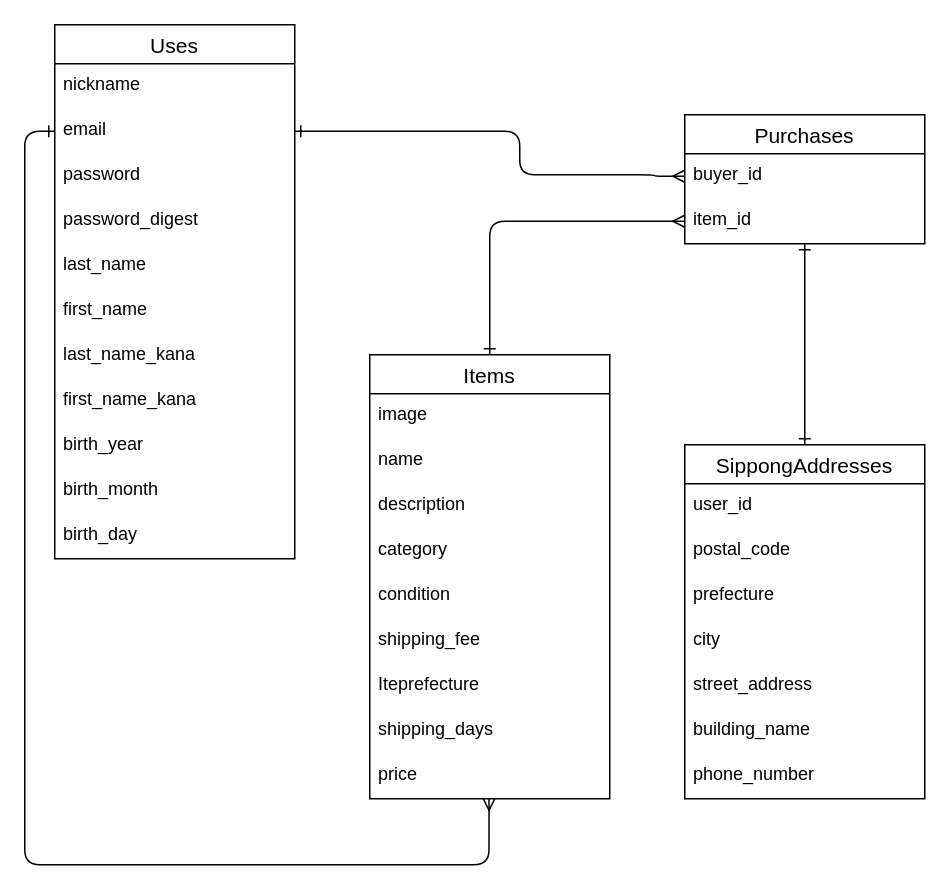
Above: test.dio in n0vska/furima-39444 (draw.io), before the change. Source tidied: cells renumbered, new cells numbered last; positions are measured from the earlier drawing's top-left corner, leaving out a move shared by most shapes. Both pictures are drawn from the tidied source at 150%, with x=0, y=0 at pixel (24, 24).
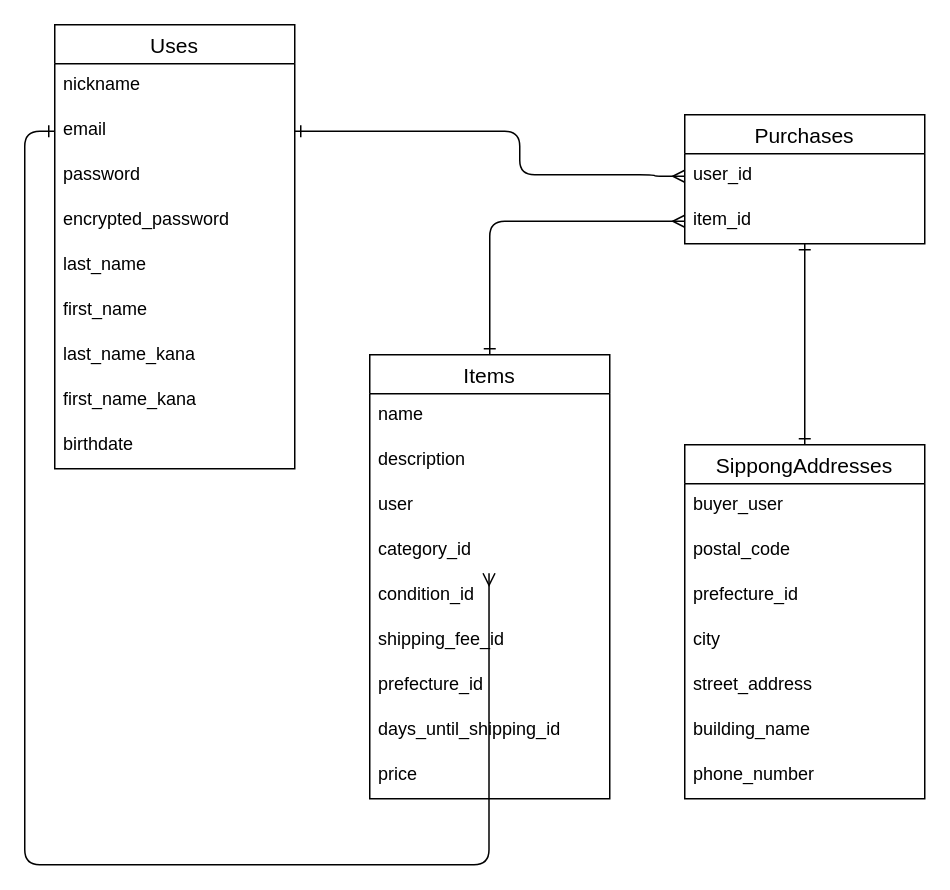
After the change.

Unchanged cells that the change refers to:
```xml
<mxCell id="14" value="Purchases" style="swimlane;fontStyle=0;horizontal=1;startSize=26;align=center;fontSize=14;" parent="1" vertex="1">
  <mxGeometry x="440" y="60" width="160" height="86" as="geometry" />
</mxCell>
<mxCell id="17" value="Items" style="swimlane;fontStyle=0;horizontal=1;startSize=26;align=center;fontSize=14;" parent="1" vertex="1">
  <mxGeometry x="230" y="220" width="160" height="296" as="geometry" />
</mxCell>
<mxCell id="27" value="SippongAddresses" style="swimlane;fontStyle=0;horizontal=1;startSize=26;align=center;fontSize=14;" parent="1" vertex="1">
  <mxGeometry x="440" y="280" width="160" height="236" as="geometry" />
</mxCell>
```

What changed in the source:
```diff
@@
     <mxCell id="2" value="Uses" style="swimlane;fontStyle=0;horizontal=1;startSize=26;align=center;fontSize=14;" parent="1" vertex="1">
-      <mxGeometry x="20" width="160" height="356" as="geometry" />
+      <mxGeometry x="20" width="160" height="296" as="geometry" />
     </mxCell>
@@
-    <mxCell id="6" value="password_digest" style="text;strokeColor=none;fillColor=none;spacingLeft=4;spacingRight=4;overflow=hidden;fontSize=12;" parent="2" vertex="1">
+    <mxCell id="6" value="encrypted_password" style="text;strokeColor=none;fillColor=none;spacingLeft=4;spacingRight=4;overflow=hidden;fontSize=12;" parent="2" vertex="1">
       <mxGeometry y="116" width="160" height="30" as="geometry" />
     </mxCell>
@@
-    <mxCell id="11" value="birth_year" style="text;strokeColor=none;fillColor=none;spacingLeft=4;spacingRight=4;overflow=hidden;fontSize=12;" parent="2" vertex="1">
+    <mxCell id="11" value="birthdate" style="text;strokeColor=none;fillColor=none;spacingLeft=4;spacingRight=4;overflow=hidden;fontSize=12;" parent="2" vertex="1">
       <mxGeometry y="266" width="160" height="30" as="geometry" />
     </mxCell>
-    <mxCell id="12" value="birth_month" style="text;strokeColor=none;fillColor=none;spacingLeft=4;spacingRight=4;overflow=hidden;fontSize=12;" parent="2" vertex="1">
-      <mxGeometry y="296" width="160" height="30" as="geometry" />
-    </mxCell>
-    <mxCell id="13" value="birth_day" style="text;strokeColor=none;fillColor=none;spacingLeft=4;spacingRight=4;overflow=hidden;fontSize=12;" parent="2" vertex="1">
-      <mxGeometry y="326" width="160" height="30" as="geometry" />
-    </mxCell>
@@
-    <mxCell id="15" value="buyer_id" style="text;strokeColor=none;fillColor=none;spacingLeft=4;spacingRight=4;overflow=hidden;points=[[0,0.5],[1,0.5]];portConstraint=eastwest;fontSize=12;" parent="14" vertex="1">
+    <mxCell id="15" value="user_id " style="text;strokeColor=none;fillColor=none;spacingLeft=4;spacingRight=4;overflow=hidden;points=[[0,0.5],[1,0.5]];portConstraint=eastwest;fontSize=12;" parent="14" vertex="1">
       <mxGeometry y="26" width="160" height="30" as="geometry" />
     </mxCell>
-    <mxCell id="16" value="item_id" style="text;strokeColor=none;fillColor=none;spacingLeft=4;spacingRight=4;overflow=hidden;points=[[0,0.5],[1,0.5]];portConstraint=eastwest;fontSize=12;" parent="14" vertex="1">
+    <mxCell id="16" value="item_id " style="text;strokeColor=none;fillColor=none;spacingLeft=4;spacingRight=4;overflow=hidden;points=[[0,0.5],[1,0.5]];portConstraint=eastwest;fontSize=12;" parent="14" vertex="1">
       <mxGeometry y="56" width="160" height="30" as="geometry" />
     </mxCell>
@@
-    <mxCell id="18" value="image" style="text;strokeColor=none;fillColor=none;spacingLeft=4;spacingRight=4;overflow=hidden;fontSize=12;" parent="17" vertex="1">
-      <mxGeometry y="26" width="160" height="30" as="geometry" />
-    </mxCell>
     <mxCell id="19" value="name" style="text;strokeColor=none;fillColor=none;spacingLeft=4;spacingRight=4;overflow=hidden;fontSize=12;" parent="17" vertex="1">
-      <mxGeometry y="56" width="160" height="30" as="geometry" />
+      <mxGeometry y="26" width="160" height="30" as="geometry" />
     </mxCell>
     <mxCell id="20" value="description" style="text;strokeColor=none;fillColor=none;spacingLeft=4;spacingRight=4;overflow=hidden;fontSize=12;" parent="17" vertex="1">
-      <mxGeometry y="86" width="160" height="30" as="geometry" />
+      <mxGeometry y="56" width="160" height="30" as="geometry" />
     </mxCell>
-    <mxCell id="21" value="category" style="text;strokeColor=none;fillColor=none;spacingLeft=4;spacingRight=4;overflow=hidden;fontSize=12;" parent="17" vertex="1">
-      <mxGeometry y="116" width="160" height="30" as="geometry" />
-    </mxCell>
-    <mxCell id="22" value="condition" style="text;strokeColor=none;fillColor=none;spacingLeft=4;spacingRight=4;overflow=hidden;fontSize=12;" parent="17" vertex="1">
-      <mxGeometry y="146" width="160" height="30" as="geometry" />
-    </mxCell>
-    <mxCell id="23" value="shipping_fee" style="text;strokeColor=none;fillColor=none;spacingLeft=4;spacingRight=4;overflow=hidden;fontSize=12;" parent="17" vertex="1">
-      <mxGeometry y="176" width="160" height="30" as="geometry" />
-    </mxCell>
-    <mxCell id="24" value="Iteprefecture" style="text;strokeColor=none;fillColor=none;spacingLeft=4;spacingRight=4;overflow=hidden;fontSize=12;" parent="17" vertex="1">
-      <mxGeometry y="206" width="160" height="30" as="geometry" />
-    </mxCell>
-    <mxCell id="25" value="shipping_days" style="text;strokeColor=none;fillColor=none;spacingLeft=4;spacingRight=4;overflow=hidden;fontSize=12;" parent="17" vertex="1">
-      <mxGeometry y="236" width="160" height="30" as="geometry" />
+    <mxCell id="25" value="user" style="text;strokeColor=none;fillColor=none;spacingLeft=4;spacingRight=4;overflow=hidden;fontSize=12;" parent="17" vertex="1">
+      <mxGeometry y="86" width="160" height="30" as="geometry" />
     </mxCell>
-    <mxCell id="26" value="price" style="text;strokeColor=none;fillColor=none;spacingLeft=4;spacingRight=4;overflow=hidden;points=[[0,0.5],[1,0.5]];portConstraint=eastwest;fontSize=12;" parent="17" vertex="1">
-      <mxGeometry y="266" width="160" height="30" as="geometry" />
+    <mxCell id="26" value="category_id " style="text;strokeColor=none;fillColor=none;spacingLeft=4;spacingRight=4;overflow=hidden;points=[[0,0.5],[1,0.5]];portConstraint=eastwest;fontSize=12;" parent="17" vertex="1">
+      <mxGeometry y="116" width="160" height="30" as="geometry" />
     </mxCell>
+    <mxCell id="39" value="condition_id" style="text;strokeColor=none;fillColor=none;spacingLeft=4;spacingRight=4;overflow=hidden;fontSize=12;" parent="17" vertex="1">
+      <mxGeometry y="146" width="160" height="30" as="geometry" />
+    </mxCell>
+    <mxCell id="40" value="shipping_fee_id" style="text;strokeColor=none;fillColor=none;spacingLeft=4;spacingRight=4;overflow=hidden;fontSize=12;" parent="17" vertex="1">
+      <mxGeometry y="176" width="160" height="30" as="geometry" />
+    </mxCell>
+    <mxCell id="41" value="prefecture_id" style="text;strokeColor=none;fillColor=none;spacingLeft=4;spacingRight=4;overflow=hidden;fontSize=12;" parent="17" vertex="1">
+      <mxGeometry y="206" width="160" height="30" as="geometry" />
+    </mxCell>
+    <mxCell id="42" value="days_until_shipping_id" style="text;strokeColor=none;fillColor=none;spacingLeft=4;spacingRight=4;overflow=hidden;fontSize=12;" parent="17" vertex="1">
+      <mxGeometry y="236" width="160" height="30" as="geometry" />
+    </mxCell>
+    <mxCell id="43" value="price" style="text;strokeColor=none;fillColor=none;spacingLeft=4;spacingRight=4;overflow=hidden;fontSize=12;" parent="17" vertex="1">
+      <mxGeometry y="266" width="160" height="30" as="geometry" />
+    </mxCell>
@@
-    <mxCell id="28" value="user_id" style="text;strokeColor=none;fillColor=none;spacingLeft=4;spacingRight=4;overflow=hidden;fontSize=12;" parent="27" vertex="1">
+    <mxCell id="28" value="buyer_user" style="text;strokeColor=none;fillColor=none;spacingLeft=4;spacingRight=4;overflow=hidden;fontSize=12;" parent="27" vertex="1">
       <mxGeometry y="26" width="160" height="30" as="geometry" />
     </mxCell>
@@
-    <mxCell id="30" value="prefecture" style="text;strokeColor=none;fillColor=none;spacingLeft=4;spacingRight=4;overflow=hidden;fontSize=12;" parent="27" vertex="1">
+    <mxCell id="30" value="prefecture_id" style="text;strokeColor=none;fillColor=none;spacingLeft=4;spacingRight=4;overflow=hidden;fontSize=12;" parent="27" vertex="1">
       <mxGeometry y="86" width="160" height="30" as="geometry" />
     </mxCell>
```
